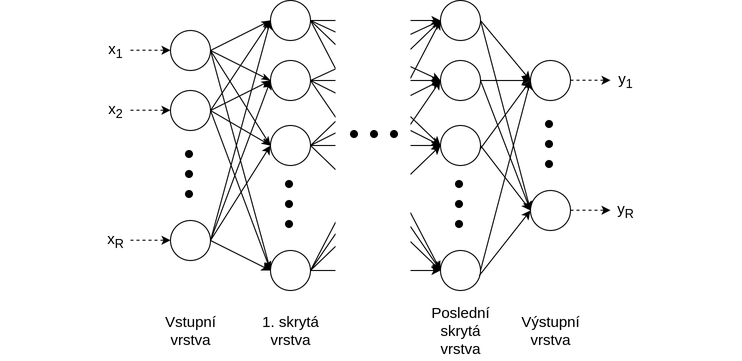
Earlier version of the draw.io export docs/img/ffnn.png (michalstruna/exoplanets-ai). Source tidied: cells renumbered, new cells last; positions are measured from the earlier drawing's top-left corner, leaving out a move shared by most shapes.
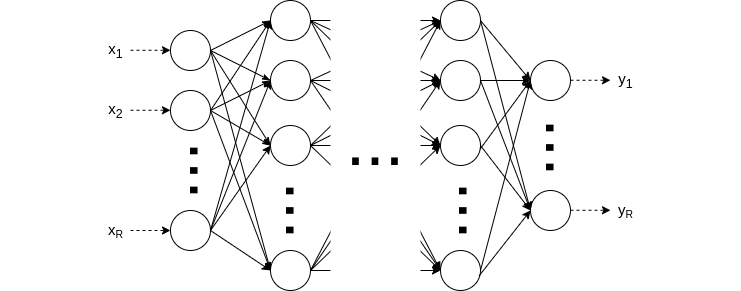
Later version of the same file.

Change to the diagram source:
```diff
@@ -1,4 +1,4 @@
-<mxGraphModel>
+<mxGraphModel background="#ffffff">
   <root>
     <mxCell id="0" />
     <mxCell id="1" parent="0" />
@@ -9,17 +9,8 @@
       <mxGeometry x="170" y="90" width="40" height="40" as="geometry" />
     </mxCell>
     <mxCell id="4" style="ellipse;whiteSpace=wrap;html=1;fillColor=none;fontSize=15;" parent="1" vertex="1">
-      <mxGeometry x="170" y="220" width="40" height="40" as="geometry" />
+      <mxGeometry x="170" y="210" width="40" height="40" as="geometry" />
     </mxCell>
-    <mxCell id="5" style="ellipse;whiteSpace=wrap;html=1;fillColor=#000000;fontSize=15;" parent="1" vertex="1">
-      <mxGeometry x="185" y="150" width="7" height="7" as="geometry" />
-    </mxCell>
-    <mxCell id="6" style="ellipse;whiteSpace=wrap;html=1;fillColor=#000000;fontSize=15;" parent="1" vertex="1">
-      <mxGeometry x="185" y="170" width="7" height="7" as="geometry" />
-    </mxCell>
-    <mxCell id="7" style="ellipse;whiteSpace=wrap;html=1;fillColor=#000000;fontSize=15;" parent="1" vertex="1">
-      <mxGeometry x="185" y="190" width="7" height="7" as="geometry" />
-    </mxCell>
     <mxCell id="8" style="ellipse;whiteSpace=wrap;html=1;fillColor=none;fontSize=15;" parent="1" vertex="1">
       <mxGeometry x="270" width="40" height="40" as="geometry" />
     </mxCell>
@@ -53,15 +44,6 @@
     <mxCell id="18" style="endArrow=classicThin;html=1;exitX=1;exitY=0.5;exitDx=0;exitDy=0;entryX=0;entryY=0.5;entryDx=0;entryDy=0;endFill=1;fontSize=15;" parent="1" edge="1" source="3" target="10">
       <mxGeometry relative="1" as="geometry" />
     </mxCell>
-    <mxCell id="19" style="ellipse;whiteSpace=wrap;html=1;fillColor=#000000;fontSize=15;" parent="1" vertex="1">
-      <mxGeometry x="285" y="180" width="7" height="7" as="geometry" />
-    </mxCell>
-    <mxCell id="20" style="ellipse;whiteSpace=wrap;html=1;fillColor=#000000;fontSize=15;" parent="1" vertex="1">
-      <mxGeometry x="285" y="200" width="7" height="7" as="geometry" />
-    </mxCell>
-    <mxCell id="21" style="ellipse;whiteSpace=wrap;html=1;fillColor=#000000;fontSize=15;" parent="1" vertex="1">
-      <mxGeometry x="285" y="220" width="7" height="7" as="geometry" />
-    </mxCell>
     <mxCell id="22" style="endArrow=classicThin;html=1;exitX=1;exitY=0.5;exitDx=0;exitDy=0;entryX=0;entryY=0.5;entryDx=0;entryDy=0;endFill=1;fontSize=15;" parent="1" edge="1" source="3" target="11">
       <mxGeometry relative="1" as="geometry" />
     </mxCell>
@@ -89,15 +71,6 @@
     <mxCell id="30" style="ellipse;whiteSpace=wrap;html=1;fillColor=none;fontSize=15;" parent="1" vertex="1">
       <mxGeometry x="440" y="250" width="40" height="40" as="geometry" />
     </mxCell>
-    <mxCell id="31" style="ellipse;whiteSpace=wrap;html=1;fillColor=#000000;fontSize=15;" parent="1" vertex="1">
-      <mxGeometry x="455" y="180" width="7" height="7" as="geometry" />
-    </mxCell>
-    <mxCell id="32" style="ellipse;whiteSpace=wrap;html=1;fillColor=#000000;fontSize=15;" parent="1" vertex="1">
-      <mxGeometry x="455" y="200" width="7" height="7" as="geometry" />
-    </mxCell>
-    <mxCell id="33" style="ellipse;whiteSpace=wrap;html=1;fillColor=#000000;fontSize=15;" parent="1" vertex="1">
-      <mxGeometry x="455" y="220" width="7" height="7" as="geometry" />
-    </mxCell>
     <mxCell id="34" style="endArrow=classic;html=1;entryX=0;entryY=0.5;entryDx=0;entryDy=0;exitX=1;exitY=0.5;exitDx=0;exitDy=0;fontSize=15;" parent="1" edge="1" source="8" target="27">
       <mxGeometry relative="1" as="geometry" />
     </mxCell>
@@ -146,33 +119,12 @@
     <mxCell id="49" style="endArrow=classic;html=1;entryX=0;entryY=0.5;entryDx=0;entryDy=0;exitX=1;exitY=0.5;exitDx=0;exitDy=0;fontSize=15;" parent="1" edge="1" source="11" target="30">
       <mxGeometry relative="1" as="geometry" />
     </mxCell>
-    <mxCell id="50" style="rounded=0;whiteSpace=wrap;html=1;fillColor=#FFFFFF;strokeColor=none;fontSize=15;" parent="1" vertex="1">
-      <mxGeometry x="335" width="75" height="290" as="geometry" />
-    </mxCell>
-    <mxCell id="51" style="ellipse;whiteSpace=wrap;html=1;fillColor=#000000;fontSize=15;" parent="1" vertex="1">
-      <mxGeometry x="350" y="130" width="7" height="7" as="geometry" />
-    </mxCell>
-    <mxCell id="52" style="ellipse;whiteSpace=wrap;html=1;fillColor=#000000;fontSize=15;" parent="1" vertex="1">
-      <mxGeometry x="370" y="130" width="7" height="7" as="geometry" />
-    </mxCell>
-    <mxCell id="53" style="ellipse;whiteSpace=wrap;html=1;fillColor=#000000;fontSize=15;" parent="1" vertex="1">
-      <mxGeometry x="390" y="130" width="7" height="7" as="geometry" />
-    </mxCell>
     <mxCell id="54" style="ellipse;whiteSpace=wrap;html=1;fillColor=none;fontSize=15;" parent="1" vertex="1">
       <mxGeometry x="530" y="60" width="40" height="40" as="geometry" />
     </mxCell>
     <mxCell id="55" style="ellipse;whiteSpace=wrap;html=1;fillColor=none;fontSize=15;" parent="1" vertex="1">
       <mxGeometry x="530" y="190" width="40" height="40" as="geometry" />
     </mxCell>
-    <mxCell id="56" style="ellipse;whiteSpace=wrap;html=1;fillColor=#000000;fontSize=15;" parent="1" vertex="1">
-      <mxGeometry x="545" y="120" width="7" height="7" as="geometry" />
-    </mxCell>
-    <mxCell id="57" style="ellipse;whiteSpace=wrap;html=1;fillColor=#000000;fontSize=15;" parent="1" vertex="1">
-      <mxGeometry x="545" y="140" width="7" height="7" as="geometry" />
-    </mxCell>
-    <mxCell id="58" style="ellipse;whiteSpace=wrap;html=1;fillColor=#000000;fontSize=15;" parent="1" vertex="1">
-      <mxGeometry x="545" y="160" width="7" height="7" as="geometry" />
-    </mxCell>
     <mxCell id="59" style="endArrow=classic;html=1;exitX=1;exitY=0.5;exitDx=0;exitDy=0;entryX=0;entryY=0.5;entryDx=0;entryDy=0;fontSize=15;" parent="1" edge="1" source="27" target="54">
       <mxGeometry relative="1" as="geometry" />
     </mxCell>
@@ -209,8 +161,8 @@
     <mxCell id="69" value="x&lt;sub&gt;2&lt;/sub&gt;" style="text;html=1;align=center;verticalAlign=middle;fontSize=15;" parent="1" vertex="1">
       <mxGeometry x="100" y="95" width="30" height="30" as="geometry" />
     </mxCell>
-    <mxCell id="70" value="x&lt;sub&gt;R&lt;/sub&gt;" style="text;html=1;align=center;verticalAlign=middle;fontSize=15;" parent="1" vertex="1">
-      <mxGeometry x="100" y="225" width="30" height="30" as="geometry" />
+    <mxCell id="70" value="x&lt;span style=&quot;font-size: 12.5px&quot;&gt;&lt;sub&gt;R&lt;/sub&gt;&lt;/span&gt;" style="text;html=1;align=center;verticalAlign=middle;fontSize=15;" parent="1" vertex="1">
+      <mxGeometry x="100" y="215" width="30" height="30" as="geometry" />
     </mxCell>
     <mxCell id="71" style="endArrow=classic;html=1;fontSize=15;dashed=1;" parent="1" edge="1">
       <mxGeometry relative="1" as="geometry">
@@ -220,8 +172,8 @@
     </mxCell>
     <mxCell id="72" style="endArrow=classic;html=1;fontSize=15;dashed=1;" parent="1" edge="1">
       <mxGeometry relative="1" as="geometry">
-        <mxPoint x="130" y="239.8" as="sourcePoint" />
-        <mxPoint x="170" y="239.8" as="targetPoint" />
+        <mxPoint x="130" y="230" as="sourcePoint" />
+        <mxPoint x="170" y="230" as="targetPoint" />
       </mxGeometry>
     </mxCell>
     <mxCell id="73" style="endArrow=classic;html=1;fontSize=15;dashed=1;" parent="1" edge="1">
@@ -239,26 +191,29 @@
     <mxCell id="75" value="y&lt;sub&gt;1&lt;/sub&gt;" style="text;html=1;align=center;verticalAlign=middle;fontSize=15;" parent="1" vertex="1">
       <mxGeometry x="610" y="65" width="30" height="30" as="geometry" />
     </mxCell>
-    <mxCell id="76" value="y&lt;sub&gt;R&lt;/sub&gt;" style="text;html=1;align=center;verticalAlign=middle;fontSize=15;" parent="1" vertex="1">
+    <mxCell id="76" value="y&lt;span style=&quot;font-size: 12.5px&quot;&gt;&lt;sub&gt;R&lt;/sub&gt;&lt;/span&gt;" style="text;html=1;align=center;verticalAlign=middle;fontSize=15;" parent="1" vertex="1">
       <mxGeometry x="610" y="195" width="30" height="30" as="geometry" />
     </mxCell>
-    <mxCell id="77" value="Vstupní&lt;br&gt;vrstva" style="text;html=1;align=center;verticalAlign=middle;fontSize=15;" parent="1" vertex="1">
-      <mxGeometry x="155" y="310" width="70" height="40" as="geometry" />
-    </mxCell>
-    <mxCell id="78" value="1. skrytá&lt;br&gt;vrstva" style="text;html=1;align=center;verticalAlign=middle;fontSize=15;" parent="1" vertex="1">
-      <mxGeometry x="255" y="310" width="70" height="40" as="geometry" />
-    </mxCell>
-    <mxCell id="79" value="Poslední&lt;br&gt;skrytá&lt;br&gt;vrstva" style="text;html=1;align=center;verticalAlign=middle;fontSize=15;" parent="1" vertex="1">
-      <mxGeometry x="425" y="300" width="70" height="60" as="geometry" />
-    </mxCell>
-    <mxCell id="80" value="Výstupní&lt;br&gt;vrstva" style="text;html=1;align=center;verticalAlign=middle;fontSize=15;" parent="1" vertex="1">
-      <mxGeometry x="515" y="310" width="70" height="40" as="geometry" />
-    </mxCell>
     <mxCell id="81" style="rounded=0;whiteSpace=wrap;html=1;fontSize=15;strokeColor=none;" parent="1" vertex="1">
       <mxGeometry y="125" width="40" height="60" as="geometry" />
     </mxCell>
     <mxCell id="82" style="rounded=0;whiteSpace=wrap;html=1;fontSize=15;strokeColor=none;" parent="1" vertex="1">
       <mxGeometry x="700" y="115" width="40" height="60" as="geometry" />
     </mxCell>
+    <mxCell id="83" value="&lt;font style=&quot;font-size: 70px&quot;&gt;...&lt;/font&gt;" style="text;html=1;align=center;verticalAlign=middle;rotation=90;" parent="1" vertex="1">
+      <mxGeometry x="180" y="150" width="70" height="40" as="geometry" />
+    </mxCell>
+    <mxCell id="84" value="&lt;font style=&quot;font-size: 70px&quot;&gt;...&lt;/font&gt;" style="rounded=0;whiteSpace=wrap;html=1;strokeColor=none;" parent="1" vertex="1">
+      <mxGeometry x="330" width="90" height="280" as="geometry" />
+    </mxCell>
+    <mxCell id="85" value="&lt;font style=&quot;font-size: 70px&quot;&gt;...&lt;/font&gt;" style="text;html=1;align=center;verticalAlign=middle;rotation=90;" parent="1" vertex="1">
+      <mxGeometry x="276" y="190" width="70" height="40" as="geometry" />
+    </mxCell>
+    <mxCell id="86" value="&lt;font style=&quot;font-size: 70px&quot;&gt;...&lt;/font&gt;" style="text;html=1;align=center;verticalAlign=middle;rotation=90;" parent="1" vertex="1">
+      <mxGeometry x="449" y="190" width="70" height="40" as="geometry" />
+    </mxCell>
+    <mxCell id="87" value="&lt;font style=&quot;font-size: 70px&quot;&gt;...&lt;/font&gt;" style="text;html=1;align=center;verticalAlign=middle;rotation=90;" parent="1" vertex="1">
+      <mxGeometry x="536" y="127" width="70" height="40" as="geometry" />
+    </mxCell>
   </root>
 </mxGraphModel>
```
